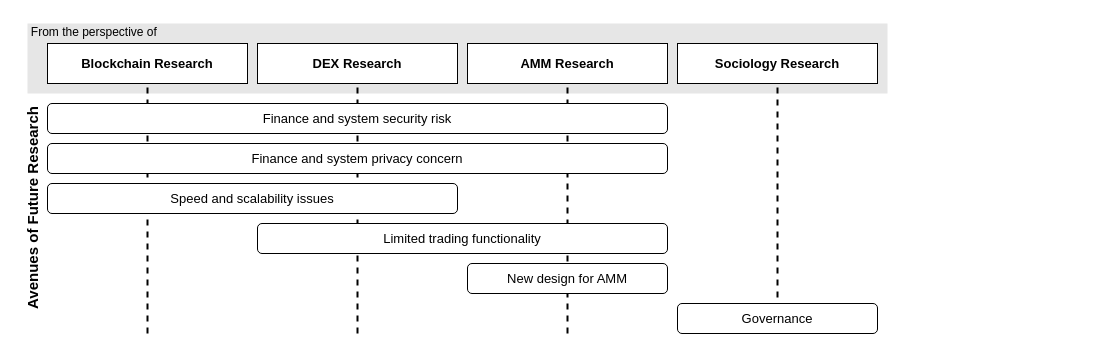
Above: assets/future_research.drawio in xujiahuayz/bondingcurves (draw.io), before the change. Source tidied: cells renumbered, new cells numbered last; positions are measured from the earlier drawing's top-left corner, leaving out a move shared by most shapes. Both pictures are drawn from the tidied source at 100%, with x=0, y=0 at pixel (-83, 17).
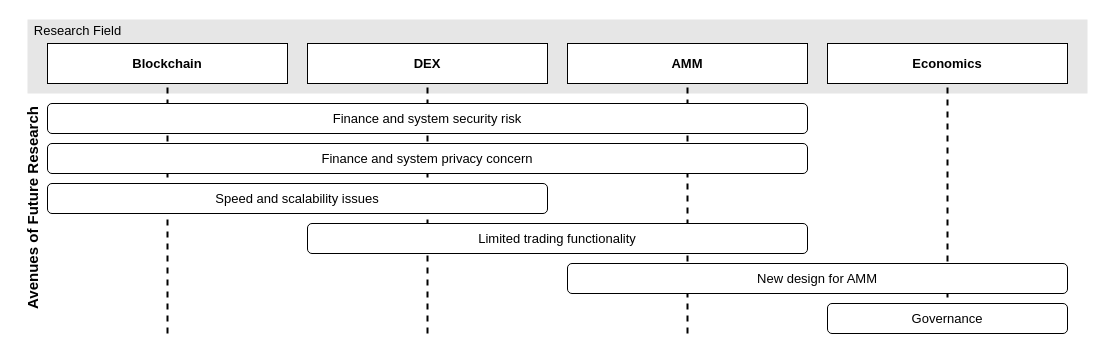
After the change.

Commit message (it also covers changes not shown here):
adjust the figure size

The edit, as a diff of the source:
```diff
@@
     <mxCell id="2" style="rounded=0;whiteSpace=wrap;html=1;strokeColor=none;fillColor=#E6E6E6;" parent="1" vertex="1">
-      <mxGeometry x="110" y="6" width="860" height="70" as="geometry" />
+      <mxGeometry x="110" y="2" width="1060" height="74" as="geometry" />
     </mxCell>
-    <mxCell id="3" value="&lt;font style=&quot;font-size: 12px;&quot;&gt;From the perspective of&amp;nbsp;&lt;/font&gt;" style="text;html=1;align=center;verticalAlign=middle;strokeColor=none;fillColor=none;" parent="1" vertex="1">
-      <mxGeometry x="103" width="150" height="30" as="geometry" />
-    </mxCell>
@@
-    <mxCell id="5" value="&lt;b&gt;&lt;font style=&quot;font-size: 13px;&quot;&gt;Blockchain Research&lt;/font&gt;&lt;/b&gt;" style="rounded=0;whiteSpace=wrap;html=1;fontSize=14;fillColor=#FFFFFF;" parent="1" vertex="1">
-      <mxGeometry x="130" y="26" width="200" height="40" as="geometry" />
+    <mxCell id="5" value="&lt;b&gt;&lt;font style=&quot;font-size: 13px;&quot;&gt;Blockchain&lt;/font&gt;&lt;/b&gt;" style="rounded=0;whiteSpace=wrap;html=1;fontSize=14;fillColor=#FFFFFF;" parent="1" vertex="1">
+      <mxGeometry x="130" y="26" width="240" height="40" as="geometry" />
     </mxCell>
     <mxCell id="6" style="endArrow=none;dashed=1;html=1;strokeWidth=2;rounded=0;fontSize=14;entryX=0.5;entryY=1;entryDx=0;entryDy=0;" parent="1" edge="1" target="5">
       <mxGeometry relative="1" as="geometry">
-        <mxPoint x="230" y="316" as="sourcePoint" />
+        <mxPoint x="250" y="316" as="sourcePoint" />
       </mxGeometry>
     </mxCell>
-    <mxCell id="7" value="&lt;b&gt;&lt;font style=&quot;font-size: 13px;&quot;&gt;DEX Research&lt;/font&gt;&lt;/b&gt;" style="rounded=0;whiteSpace=wrap;html=1;fontSize=14;fillColor=#FFFFFF;" parent="1" vertex="1">
-      <mxGeometry x="340" y="26" width="200" height="40" as="geometry" />
+    <mxCell id="7" value="&lt;b&gt;&lt;font style=&quot;font-size: 13px;&quot;&gt;DEX&lt;/font&gt;&lt;/b&gt;" style="rounded=0;whiteSpace=wrap;html=1;fontSize=14;fillColor=#FFFFFF;" parent="1" vertex="1">
+      <mxGeometry x="390" y="26" width="240" height="40" as="geometry" />
     </mxCell>
     <mxCell id="8" style="endArrow=none;dashed=1;html=1;strokeWidth=2;rounded=0;fontSize=14;fontStyle=1;entryX=0.5;entryY=1;entryDx=0;entryDy=0;" parent="1" edge="1" target="7">
       <mxGeometry relative="1" as="geometry">
-        <mxPoint x="440" y="316" as="sourcePoint" />
+        <mxPoint x="510" y="316" as="sourcePoint" />
       </mxGeometry>
     </mxCell>
-    <mxCell id="9" value="&lt;font style=&quot;font-size: 13px;&quot;&gt;&lt;b&gt;AMM Research&lt;/b&gt;&lt;/font&gt;" style="rounded=0;whiteSpace=wrap;html=1;fontSize=14;fillColor=#FFFFFF;" parent="1" vertex="1">
-      <mxGeometry x="550" y="26" width="200" height="40" as="geometry" />
+    <mxCell id="9" value="&lt;font style=&quot;font-size: 13px;&quot;&gt;&lt;b&gt;AMM&lt;/b&gt;&lt;/font&gt;" style="rounded=0;whiteSpace=wrap;html=1;fontSize=14;fillColor=#FFFFFF;" parent="1" vertex="1">
+      <mxGeometry x="650" y="26" width="240" height="40" as="geometry" />
     </mxCell>
     <mxCell id="10" style="endArrow=none;dashed=1;html=1;strokeWidth=2;rounded=0;fontSize=14;entryX=0.5;entryY=1;entryDx=0;entryDy=0;" parent="1" edge="1" target="9">
       <mxGeometry relative="1" as="geometry">
-        <mxPoint x="650" y="316" as="sourcePoint" />
+        <mxPoint x="770" y="316" as="sourcePoint" />
       </mxGeometry>
     </mxCell>
-    <mxCell id="11" value="&lt;b&gt;&lt;font style=&quot;font-size: 13px;&quot;&gt;Sociology Research&lt;/font&gt;&lt;/b&gt;" style="rounded=0;whiteSpace=wrap;html=1;fontSize=14;fillColor=#FFFFFF;" parent="1" vertex="1">
-      <mxGeometry x="760" y="26" width="200" height="40" as="geometry" />
+    <mxCell id="11" value="&lt;span style=&quot;font-size: 13px;&quot;&gt;&lt;b&gt;Economics&lt;/b&gt;&lt;/span&gt;" style="rounded=0;whiteSpace=wrap;html=1;fontSize=14;fillColor=#FFFFFF;" parent="1" vertex="1">
+      <mxGeometry x="910" y="26" width="240" height="40" as="geometry" />
     </mxCell>
     <mxCell id="12" style="endArrow=none;dashed=1;html=1;strokeWidth=2;rounded=0;fontSize=14;entryX=0.5;entryY=1;entryDx=0;entryDy=0;" parent="1" edge="1" target="11">
       <mxGeometry relative="1" as="geometry">
-        <mxPoint x="860" y="316" as="sourcePoint" />
+        <mxPoint x="1030" y="316" as="sourcePoint" />
       </mxGeometry>
     </mxCell>
     <mxCell id="13" value="&lt;div style=&quot;text-align: start;&quot;&gt;&lt;span style=&quot;background-color: initial;&quot;&gt;&lt;font style=&quot;font-size: 13px;&quot; face=&quot;sans-serif&quot;&gt;Finance and system security risk&lt;/font&gt;&lt;/span&gt;&lt;/div&gt;" style="rounded=1;whiteSpace=wrap;html=1;fontSize=14;fillColor=#FFFFFF;" parent="1" vertex="1">
-      <mxGeometry x="130" y="86" width="620" height="30" as="geometry" />
+      <mxGeometry x="130" y="86" width="760" height="30" as="geometry" />
     </mxCell>
     <mxCell id="14" value="&lt;div style=&quot;text-align: start;&quot;&gt;&lt;font face=&quot;sans-serif&quot;&gt;&lt;span style=&quot;font-size: 13px;&quot;&gt;Finance and system privacy concern&lt;/span&gt;&lt;/font&gt;&lt;br&gt;&lt;/div&gt;" style="rounded=1;whiteSpace=wrap;html=1;fontSize=14;fillColor=#FFFFFF;" parent="1" vertex="1">
-      <mxGeometry x="130" y="126" width="620" height="30" as="geometry" />
+      <mxGeometry x="130" y="126" width="760" height="30" as="geometry" />
     </mxCell>
     <mxCell id="15" value="&lt;div style=&quot;text-align: start;&quot;&gt;&lt;font face=&quot;sans-serif&quot;&gt;&lt;span style=&quot;font-size: 13px;&quot;&gt;Speed and scalability issues&lt;/span&gt;&lt;/font&gt;&lt;br&gt;&lt;/div&gt;" style="rounded=1;whiteSpace=wrap;html=1;fontSize=14;fillColor=#FFFFFF;" parent="1" vertex="1">
-      <mxGeometry x="130" y="166" width="410" height="30" as="geometry" />
+      <mxGeometry x="130" y="166" width="500" height="30" as="geometry" />
     </mxCell>
     <mxCell id="16" value="&lt;div style=&quot;text-align: start;&quot;&gt;&lt;font style=&quot;font-size: 13px;&quot;&gt;Limited trading functionality&lt;/font&gt;&lt;br&gt;&lt;/div&gt;" style="rounded=1;whiteSpace=wrap;html=1;fontSize=14;fillColor=#FFFFFF;" parent="1" vertex="1">
-      <mxGeometry x="340" y="206" width="410" height="30" as="geometry" />
+      <mxGeometry x="390" y="206" width="500" height="30" as="geometry" />
     </mxCell>
     <mxCell id="17" value="&lt;div style=&quot;&quot;&gt;&lt;font style=&quot;font-size: 13px;&quot;&gt;New design for AMM&lt;/font&gt;&lt;br&gt;&lt;/div&gt;" style="rounded=1;whiteSpace=wrap;html=1;fontSize=14;fillColor=#FFFFFF;" parent="1" vertex="1">
-      <mxGeometry x="550" y="246" width="200" height="30" as="geometry" />
+      <mxGeometry x="650" y="246" width="500" height="30" as="geometry" />
     </mxCell>
     <mxCell id="18" value="&lt;div style=&quot;&quot;&gt;&lt;font style=&quot;font-size: 13px;&quot;&gt;Governance&lt;/font&gt;&lt;br&gt;&lt;/div&gt;" style="rounded=1;whiteSpace=wrap;html=1;fontSize=14;fillColor=#FFFFFF;" parent="1" vertex="1">
-      <mxGeometry x="760" y="286" width="200" height="30" as="geometry" />
+      <mxGeometry x="910" y="286" width="240" height="30" as="geometry" />
     </mxCell>
+    <mxCell id="19" value="&lt;font style=&quot;font-size: 13px;&quot;&gt;Research Field&lt;/font&gt;" style="text;html=1;align=center;verticalAlign=middle;strokeColor=none;fillColor=none;fontSize=13;fontColor=#000000;rotation=0;" parent="1" vertex="1">
+      <mxGeometry x="110" y="3" width="100" height="20" as="geometry" />
+    </mxCell>
```
